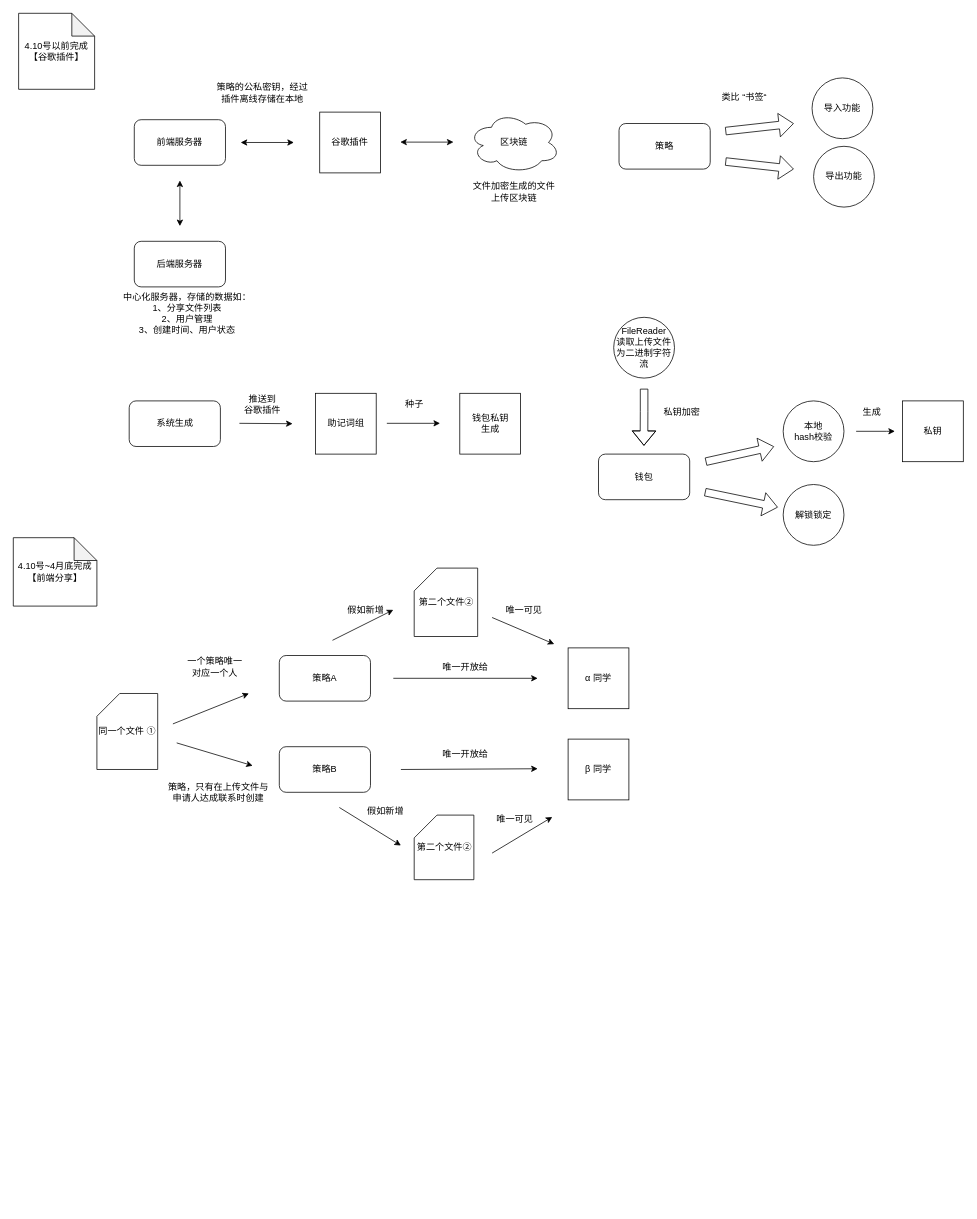
This is Untitled Diagram.drawio from cysprout/cysprout2022-no01, a draw.io file, before an edit. Source tidied: cells renumbered, new cells numbered last; positions are measured from the earlier drawing's top-left corner, leaving out a move shared by most shapes. Both pictures are drawn from the tidied source at 76%, with x=0, y=0 at pixel (13, 13).
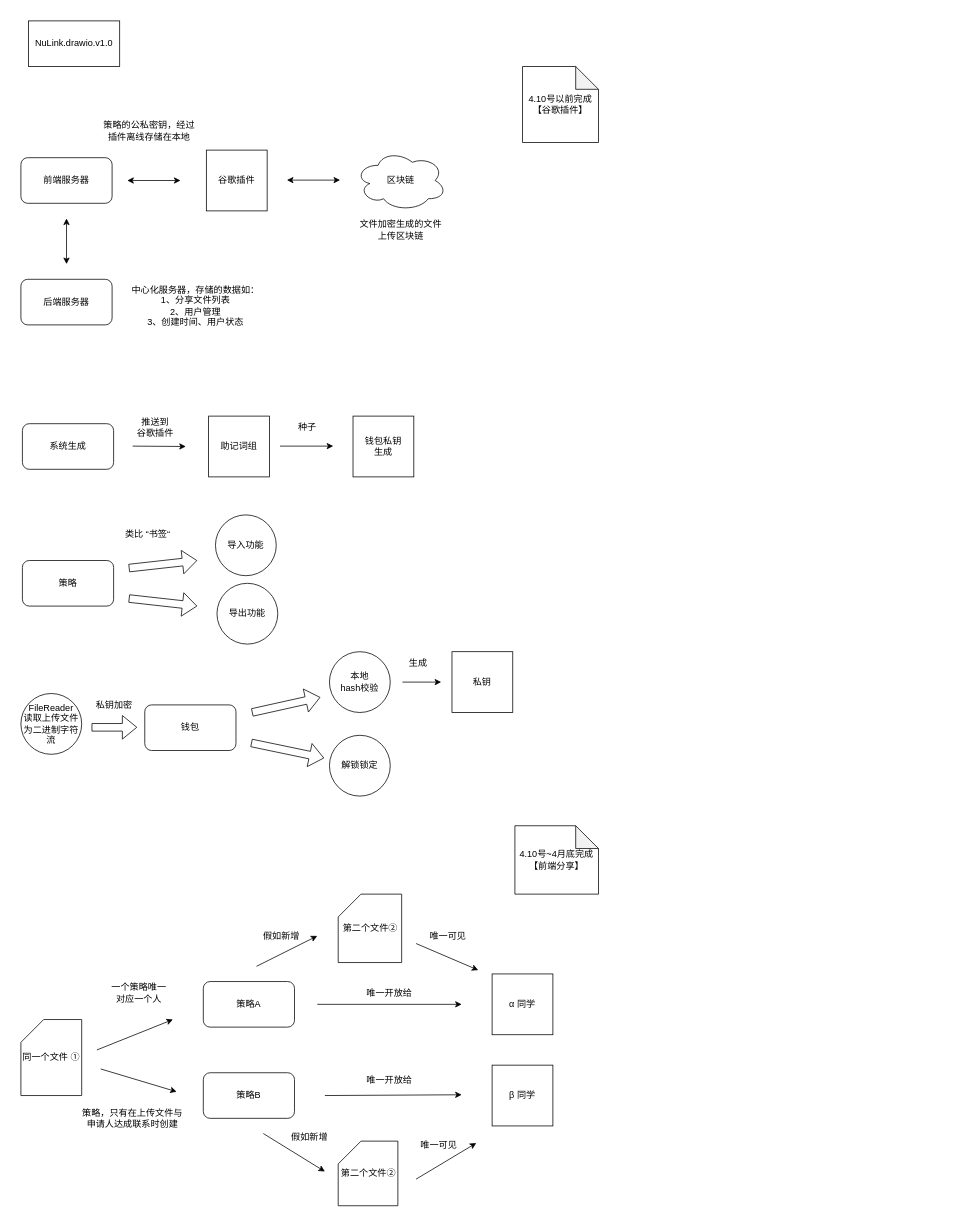
Above is the later version.

What changed in the source:
```diff
@@
     <mxCell id="2" value="前端服务器" style="rounded=1;whiteSpace=wrap;html=1;" parent="1" vertex="1">
-      <mxGeometry x="159.2" y="140" width="120" height="60" as="geometry" />
+      <mxGeometry x="10" y="190" width="120" height="60" as="geometry" />
     </mxCell>
     <mxCell id="3" value="后端服务器" style="rounded=1;whiteSpace=wrap;html=1;" parent="1" vertex="1">
-      <mxGeometry x="159.2" y="300" width="120" height="60" as="geometry" />
+      <mxGeometry x="10" y="350" width="120" height="60" as="geometry" />
     </mxCell>
     <mxCell id="4" value="谷歌插件" style="whiteSpace=wrap;html=1;" parent="1" vertex="1">
-      <mxGeometry x="403.2" y="130" width="80" height="80" as="geometry" />
+      <mxGeometry x="254" y="180" width="80" height="80" as="geometry" />
     </mxCell>
     <mxCell id="5" value="区块链" style="ellipse;shape=cloud;whiteSpace=wrap;html=1;" parent="1" vertex="1">
-      <mxGeometry x="599.2" y="130" width="120" height="80" as="geometry" />
+      <mxGeometry x="450" y="180" width="120" height="80" as="geometry" />
     </mxCell>
     <mxCell id="6" style="endArrow=classic;startArrow=classic;html=1;rounded=0;" parent="1" edge="1">
       <mxGeometry relative="1" as="geometry">
-        <mxPoint x="509.2" y="169.5" as="sourcePoint" />
-        <mxPoint x="579.2" y="169.5" as="targetPoint" />
+        <mxPoint x="360" y="219.5" as="sourcePoint" />
+        <mxPoint x="430" y="219.5" as="targetPoint" />
       </mxGeometry>
     </mxCell>
     <mxCell id="7" style="endArrow=classic;startArrow=classic;html=1;rounded=0;" parent="1" edge="1">
       <mxGeometry relative="1" as="geometry">
-        <mxPoint x="299.2" y="170" as="sourcePoint" />
-        <mxPoint x="369.2" y="170" as="targetPoint" />
+        <mxPoint x="150" y="220" as="sourcePoint" />
+        <mxPoint x="220" y="220" as="targetPoint" />
       </mxGeometry>
     </mxCell>
     <mxCell id="8" style="endArrow=classic;startArrow=classic;html=1;rounded=0;" parent="1" edge="1">
       <mxGeometry relative="1" as="geometry">
-        <mxPoint x="219.2" y="280" as="sourcePoint" />
-        <mxPoint x="219.2" y="220" as="targetPoint" />
+        <mxPoint x="70" y="330" as="sourcePoint" />
+        <mxPoint x="70" y="270" as="targetPoint" />
       </mxGeometry>
     </mxCell>
     <mxCell id="9" value="中心化服务器，存储的数据如：&lt;br&gt;1、分享文件列表&lt;br&gt;2、用户管理&lt;br&gt;3、创建时间、用户状态" style="text;html=1;strokeColor=none;fillColor=none;align=center;verticalAlign=middle;whiteSpace=wrap;rounded=0;" parent="1" vertex="1">
-      <mxGeometry x="129.2" y="350" width="200" height="90" as="geometry" />
+      <mxGeometry x="140" y="340" width="200" height="90" as="geometry" />
     </mxCell>
     <mxCell id="10" value="文件加密生成的文件上传区块链" style="text;html=1;strokeColor=none;fillColor=none;align=center;verticalAlign=middle;whiteSpace=wrap;rounded=0;" parent="1" vertex="1">
-      <mxGeometry x="604.2" y="220" width="110" height="30" as="geometry" />
+      <mxGeometry x="455" y="270" width="110" height="30" as="geometry" />
     </mxCell>
     <mxCell id="11" value="4.10号以前完成&lt;br&gt;【谷歌插件】" style="shape=note;whiteSpace=wrap;html=1;backgroundOutline=1;darkOpacity=0.05;" parent="1" vertex="1">
-      <mxGeometry x="7" width="100" height="100" as="geometry" />
+      <mxGeometry x="670" y="70" width="100" height="100" as="geometry" />
     </mxCell>
     <mxCell id="12" value="助记词组" style="whiteSpace=wrap;html=1;" parent="1" vertex="1">
-      <mxGeometry x="397.5" y="500" width="80" height="80" as="geometry" />
+      <mxGeometry x="257" y="530" width="80" height="80" as="geometry" />
     </mxCell>
     <mxCell id="13" value="钱包私钥&lt;br&gt;生成" style="whiteSpace=wrap;html=1;" parent="1" vertex="1">
-      <mxGeometry x="587.5" y="500" width="80" height="80" as="geometry" />
+      <mxGeometry x="447" y="530" width="80" height="80" as="geometry" />
     </mxCell>
     <mxCell id="14" style="endArrow=classic;html=1;rounded=0;" parent="1" edge="1">
       <mxGeometry relative="1" as="geometry">
-        <mxPoint x="297.5" y="539.5" as="sourcePoint" />
-        <mxPoint x="367.5" y="540" as="targetPoint" />
+        <mxPoint x="157" y="569.5" as="sourcePoint" />
+        <mxPoint x="227" y="570" as="targetPoint" />
       </mxGeometry>
     </mxCell>
     <mxCell id="15" style="endArrow=classic;html=1;rounded=0;" parent="1" edge="1">
       <mxGeometry relative="1" as="geometry">
-        <mxPoint x="491.5" y="539.5" as="sourcePoint" />
-        <mxPoint x="561.5" y="539.5" as="targetPoint" />
+        <mxPoint x="351" y="569.5" as="sourcePoint" />
+        <mxPoint x="421" y="569.5" as="targetPoint" />
       </mxGeometry>
     </mxCell>
     <mxCell id="16" value="种子" style="text;html=1;strokeColor=none;fillColor=none;align=center;verticalAlign=middle;whiteSpace=wrap;rounded=0;" parent="1" vertex="1">
-      <mxGeometry x="497.5" y="500" width="60" height="30" as="geometry" />
+      <mxGeometry x="357" y="530" width="60" height="30" as="geometry" />
     </mxCell>
     <mxCell id="17" value="推送到&lt;br&gt;谷歌插件" style="text;html=1;strokeColor=none;fillColor=none;align=center;verticalAlign=middle;whiteSpace=wrap;rounded=0;" parent="1" vertex="1">
-      <mxGeometry x="297.5" y="500" width="60" height="30" as="geometry" />
+      <mxGeometry x="157" y="530" width="60" height="30" as="geometry" />
     </mxCell>
     <mxCell id="18" value="策略的公私密钥，经过插件离线存储在本地" style="text;html=1;strokeColor=none;fillColor=none;align=center;verticalAlign=middle;whiteSpace=wrap;rounded=0;" parent="1" vertex="1">
-      <mxGeometry x="266.2" y="80" width="124" height="50" as="geometry" />
+      <mxGeometry x="117" y="130" width="124" height="50" as="geometry" />
     </mxCell>
     <mxCell id="19" value="策略" style="rounded=1;whiteSpace=wrap;html=1;" parent="1" vertex="1">
-      <mxGeometry x="797" y="145" width="120" height="60" as="geometry" />
+      <mxGeometry x="12" y="720" width="120" height="60" as="geometry" />
     </mxCell>
     <mxCell id="20" style="shape=flexArrow;endArrow=classic;html=1;rounded=0;" parent="1" edge="1">
       <mxGeometry relative="1" as="geometry">
-        <mxPoint x="937" y="155" as="sourcePoint" />
-        <mxPoint x="1027" y="145" as="targetPoint" />
+        <mxPoint x="152" y="730" as="sourcePoint" />
+        <mxPoint x="242" y="720" as="targetPoint" />
       </mxGeometry>
     </mxCell>
     <mxCell id="21" value="导入功能" style="ellipse;whiteSpace=wrap;html=1;" parent="1" vertex="1">
-      <mxGeometry x="1051" y="85" width="80" height="80" as="geometry" />
+      <mxGeometry x="266" y="660" width="80" height="80" as="geometry" />
     </mxCell>
     <mxCell id="22" value="导出功能" style="ellipse;whiteSpace=wrap;html=1;" parent="1" vertex="1">
-      <mxGeometry x="1053" y="175" width="80" height="80" as="geometry" />
+      <mxGeometry x="268" y="750" width="80" height="80" as="geometry" />
     </mxCell>
     <mxCell id="23" style="shape=flexArrow;endArrow=classic;html=1;rounded=0;" parent="1" edge="1">
       <mxGeometry relative="1" as="geometry">
-        <mxPoint x="937" y="195" as="sourcePoint" />
-        <mxPoint x="1027" y="205" as="targetPoint" />
+        <mxPoint x="152" y="770" as="sourcePoint" />
+        <mxPoint x="242" y="780" as="targetPoint" />
       </mxGeometry>
     </mxCell>
     <mxCell id="24" value="钱包" style="rounded=1;whiteSpace=wrap;html=1;" parent="1" vertex="1">
-      <mxGeometry x="770" y="580" width="120" height="60" as="geometry" />
+      <mxGeometry x="173" y="910" width="120" height="60" as="geometry" />
     </mxCell>
     <mxCell id="25" style="shape=flexArrow;endArrow=classic;html=1;rounded=0;" parent="1" edge="1">
       <mxGeometry relative="1" as="geometry">
-        <mxPoint x="911" y="590" as="sourcePoint" />
-        <mxPoint x="1001" y="570" as="targetPoint" />
+        <mxPoint x="314" y="920" as="sourcePoint" />
+        <mxPoint x="404" y="900" as="targetPoint" />
       </mxGeometry>
     </mxCell>
     <mxCell id="26" value="解锁锁定" style="ellipse;whiteSpace=wrap;html=1;" parent="1" vertex="1">
-      <mxGeometry x="1013" y="620" width="80" height="80" as="geometry" />
+      <mxGeometry x="416" y="950" width="80" height="80" as="geometry" />
     </mxCell>
     <mxCell id="27" style="shape=flexArrow;endArrow=classic;html=1;rounded=0;" parent="1" edge="1">
       <mxGeometry relative="1" as="geometry">
-        <mxPoint x="910" y="630" as="sourcePoint" />
-        <mxPoint x="1006" y="650" as="targetPoint" />
+        <mxPoint x="313" y="960" as="sourcePoint" />
+        <mxPoint x="409" y="980" as="targetPoint" />
       </mxGeometry>
     </mxCell>
     <mxCell id="28" value="本地&lt;br&gt;hash校验" style="ellipse;whiteSpace=wrap;html=1;" parent="1" vertex="1">
-      <mxGeometry x="1013" y="510" width="80" height="80" as="geometry" />
+      <mxGeometry x="416" y="840" width="80" height="80" as="geometry" />
     </mxCell>
     <mxCell id="29" value="私钥" style="whiteSpace=wrap;html=1;" parent="1" vertex="1">
-      <mxGeometry x="1170" y="510" width="80" height="80" as="geometry" />
+      <mxGeometry x="577.2" y="840" width="80" height="80" as="geometry" />
     </mxCell>
     <mxCell id="30" style="endArrow=classic;html=1;rounded=0;" parent="1" edge="1">
       <mxGeometry relative="1" as="geometry">
-        <mxPoint x="1109" y="550" as="sourcePoint" />
-        <mxPoint x="1160" y="550" as="targetPoint" />
+        <mxPoint x="512" y="880" as="sourcePoint" />
+        <mxPoint x="563" y="880" as="targetPoint" />
         <Array as="points">
-          <mxPoint x="1149" y="550" />
+          <mxPoint x="552" y="880" />
         </Array>
       </mxGeometry>
     </mxCell>
     <mxCell id="31" value="生成" style="text;html=1;strokeColor=none;fillColor=none;align=center;verticalAlign=middle;whiteSpace=wrap;rounded=0;" parent="1" vertex="1">
-      <mxGeometry x="1100" y="510" width="60" height="30" as="geometry" />
+      <mxGeometry x="503" y="840" width="60" height="30" as="geometry" />
     </mxCell>
     <mxCell id="32" value="类比 “书签“" style="text;html=1;strokeColor=none;fillColor=none;align=center;verticalAlign=middle;whiteSpace=wrap;rounded=0;" parent="1" vertex="1">
-      <mxGeometry x="927" y="95" width="70" height="30" as="geometry" />
+      <mxGeometry x="142" y="670" width="70" height="30" as="geometry" />
     </mxCell>
     <mxCell id="33" value="系统生成" style="rounded=1;whiteSpace=wrap;html=1;" parent="1" vertex="1">
-      <mxGeometry x="152.5" y="510" width="120" height="60" as="geometry" />
+      <mxGeometry x="12" y="540" width="120" height="60" as="geometry" />
     </mxCell>
     <mxCell id="34" value="策略A" style="rounded=1;whiteSpace=wrap;html=1;" parent="1" vertex="1">
-      <mxGeometry x="350" y="845" width="120" height="60" as="geometry" />
+      <mxGeometry x="250" y="1274" width="120" height="60" as="geometry" />
     </mxCell>
     <mxCell id="35" value="4.10号~4月底完成&lt;br&gt;【前端分享】" style="shape=note;whiteSpace=wrap;html=1;backgroundOutline=1;darkOpacity=0.05;" parent="1" vertex="1">
-      <mxGeometry y="690" width="110" height="90" as="geometry" />
+      <mxGeometry x="660" y="1069" width="110" height="90" as="geometry" />
     </mxCell>
     <mxCell id="36" value="策略B" style="rounded=1;whiteSpace=wrap;html=1;" parent="1" vertex="1">
-      <mxGeometry x="350" y="965" width="120" height="60" as="geometry" />
+      <mxGeometry x="250" y="1394" width="120" height="60" as="geometry" />
     </mxCell>
     <mxCell id="37" value="同一个文件 ①" style="shape=card;whiteSpace=wrap;html=1;" parent="1" vertex="1">
-      <mxGeometry x="110" y="895" width="80" height="100" as="geometry" />
+      <mxGeometry x="10" y="1324" width="80" height="100" as="geometry" />
     </mxCell>
     <mxCell id="38" style="endArrow=classic;html=1;rounded=0;" parent="1" edge="1">
       <mxGeometry relative="1" as="geometry">
-        <mxPoint x="210" y="935" as="sourcePoint" />
-        <mxPoint x="310" y="895" as="targetPoint" />
+        <mxPoint x="110" y="1364" as="sourcePoint" />
+        <mxPoint x="210" y="1324" as="targetPoint" />
       </mxGeometry>
     </mxCell>
     <mxCell id="39" style="endArrow=classic;html=1;rounded=0;" parent="1" edge="1">
       <mxGeometry relative="1" as="geometry">
-        <mxPoint x="215" y="960" as="sourcePoint" />
-        <mxPoint x="315" y="990" as="targetPoint" />
+        <mxPoint x="115" y="1389" as="sourcePoint" />
+        <mxPoint x="215" y="1419" as="targetPoint" />
       </mxGeometry>
     </mxCell>
     <mxCell id="40" style="endArrow=classic;html=1;rounded=0;" parent="1" edge="1">
       <mxGeometry relative="1" as="geometry">
-        <mxPoint x="500" y="875" as="sourcePoint" />
-        <mxPoint x="690" y="875" as="targetPoint" />
+        <mxPoint x="400" y="1304" as="sourcePoint" />
+        <mxPoint x="590" y="1304" as="targetPoint" />
       </mxGeometry>
     </mxCell>
     <mxCell id="41" style="endArrow=classic;html=1;rounded=0;" parent="1" edge="1">
       <mxGeometry relative="1" as="geometry">
-        <mxPoint x="510" y="995" as="sourcePoint" />
-        <mxPoint x="690" y="994" as="targetPoint" />
+        <mxPoint x="410" y="1424" as="sourcePoint" />
+        <mxPoint x="590" y="1423" as="targetPoint" />
       </mxGeometry>
     </mxCell>
     <mxCell id="42" value="α 同学" style="whiteSpace=wrap;html=1;" parent="1" vertex="1">
-      <mxGeometry x="730" y="835" width="80" height="80" as="geometry" />
+      <mxGeometry x="630" y="1264" width="80" height="80" as="geometry" />
     </mxCell>
     <mxCell id="43" value="β 同学" style="whiteSpace=wrap;html=1;" parent="1" vertex="1">
-      <mxGeometry x="730" y="955" width="80" height="80" as="geometry" />
+      <mxGeometry x="630" y="1384" width="80" height="80" as="geometry" />
     </mxCell>
     <mxCell id="44" value="第二个文件②" style="shape=card;whiteSpace=wrap;html=1;" parent="1" vertex="1">
-      <mxGeometry x="527.5" y="730" width="83.5" height="90" as="geometry" />
+      <mxGeometry x="427.5" y="1159" width="83.5" height="90" as="geometry" />
     </mxCell>
     <mxCell id="45" value="第二个文件②" style="shape=card;whiteSpace=wrap;html=1;" parent="1" vertex="1">
-      <mxGeometry x="527.5" y="1055" width="78.5" height="85" as="geometry" />
+      <mxGeometry x="427.5" y="1484" width="78.5" height="85" as="geometry" />
     </mxCell>
     <mxCell id="46" style="endArrow=classic;html=1;rounded=0;" parent="1" edge="1">
       <mxGeometry relative="1" as="geometry">
-        <mxPoint x="420" y="825" as="sourcePoint" />
-        <mxPoint x="500" y="785" as="targetPoint" />
+        <mxPoint x="320" y="1254" as="sourcePoint" />
+        <mxPoint x="400" y="1214" as="targetPoint" />
       </mxGeometry>
     </mxCell>
     <mxCell id="47" value="唯一开放给" style="text;html=1;strokeColor=none;fillColor=none;align=center;verticalAlign=middle;whiteSpace=wrap;rounded=0;" parent="1" vertex="1">
-      <mxGeometry x="550" y="845" width="90" height="30" as="geometry" />
+      <mxGeometry x="450" y="1274" width="90" height="30" as="geometry" />
     </mxCell>
     <mxCell id="48" value="唯一开放给" style="text;html=1;strokeColor=none;fillColor=none;align=center;verticalAlign=middle;whiteSpace=wrap;rounded=0;" parent="1" vertex="1">
-      <mxGeometry x="550" y="960" width="90" height="30" as="geometry" />
+      <mxGeometry x="450" y="1389" width="90" height="30" as="geometry" />
     </mxCell>
     <mxCell id="49" style="endArrow=classic;html=1;rounded=0;" parent="1" edge="1">
       <mxGeometry relative="1" as="geometry">
-        <mxPoint x="429" y="1045" as="sourcePoint" />
-        <mxPoint x="510" y="1095" as="targetPoint" />
+        <mxPoint x="329" y="1474" as="sourcePoint" />
+        <mxPoint x="410" y="1524" as="targetPoint" />
       </mxGeometry>
     </mxCell>
     <mxCell id="50" value="假如新增" style="text;html=1;strokeColor=none;fillColor=none;align=center;verticalAlign=middle;whiteSpace=wrap;rounded=0;" parent="1" vertex="1">
-      <mxGeometry x="434" y="770" width="60" height="30" as="geometry" />
+      <mxGeometry x="323.2" y="1199" width="60" height="30" as="geometry" />
     </mxCell>
     <mxCell id="51" value="假如新增" style="text;html=1;strokeColor=none;fillColor=none;align=center;verticalAlign=middle;whiteSpace=wrap;rounded=0;" parent="1" vertex="1">
-      <mxGeometry x="460" y="1035" width="60" height="30" as="geometry" />
+      <mxGeometry x="360" y="1464" width="60" height="30" as="geometry" />
     </mxCell>
     <mxCell id="52" style="endArrow=classic;html=1;rounded=0;" parent="1" edge="1">
       <mxGeometry relative="1" as="geometry">
-        <mxPoint x="630" y="795" as="sourcePoint" />
-        <mxPoint x="711.8" y="830" as="targetPoint" />
+        <mxPoint x="530" y="1224" as="sourcePoint" />
+        <mxPoint x="611.8" y="1259" as="targetPoint" />
       </mxGeometry>
     </mxCell>
     <mxCell id="53" value="唯一可见" style="text;html=1;strokeColor=none;fillColor=none;align=center;verticalAlign=middle;whiteSpace=wrap;rounded=0;" parent="1" vertex="1">
-      <mxGeometry x="641.8" y="770" width="60" height="30" as="geometry" />
+      <mxGeometry x="541.8" y="1199" width="60" height="30" as="geometry" />
     </mxCell>
     <mxCell id="54" style="endArrow=classic;html=1;rounded=0;" parent="1" edge="1">
       <mxGeometry relative="1" as="geometry">
-        <mxPoint x="630" y="1105" as="sourcePoint" />
-        <mxPoint x="709.2" y="1057.5" as="targetPoint" />
+        <mxPoint x="530" y="1534" as="sourcePoint" />
+        <mxPoint x="609.2" y="1486.5" as="targetPoint" />
       </mxGeometry>
     </mxCell>
     <mxCell id="55" value="唯一可见" style="text;html=1;strokeColor=none;fillColor=none;align=center;verticalAlign=middle;whiteSpace=wrap;rounded=0;" parent="1" vertex="1">
-      <mxGeometry x="630" y="1045" width="60" height="30" as="geometry" />
+      <mxGeometry x="530" y="1474" width="60" height="30" as="geometry" />
     </mxCell>
@@
     <mxCell id="57" value="一个策略唯一&lt;br&gt;对应一个人" style="text;html=1;strokeColor=none;fillColor=none;align=center;verticalAlign=middle;whiteSpace=wrap;rounded=0;" parent="1" vertex="1">
-      <mxGeometry x="202.5" y="845" width="125" height="30" as="geometry" />
+      <mxGeometry x="102.5" y="1274" width="125" height="30" as="geometry" />
     </mxCell>
     <mxCell id="58" value="策略，只有在上传文件与申请人达成联系时创建" style="text;html=1;strokeColor=none;fillColor=none;align=center;verticalAlign=middle;whiteSpace=wrap;rounded=0;" parent="1" vertex="1">
-      <mxGeometry x="198.5" y="995" width="141.5" height="60" as="geometry" />
+      <mxGeometry x="86" y="1424" width="141.5" height="60" as="geometry" />
     </mxCell>
     <mxCell id="59" value="FileReader&lt;br&gt;读取上传文件为二进制字符流" style="ellipse;whiteSpace=wrap;html=1;" parent="1" vertex="1">
-      <mxGeometry x="790" y="400" width="80" height="80" as="geometry" />
+      <mxGeometry x="10" y="895" width="80" height="80" as="geometry" />
     </mxCell>
-    <mxCell id="60" style="shape=flexArrow;endArrow=classic;html=1;rounded=0;" parent="1" edge="1">
-      <mxGeometry relative="1" as="geometry">
-        <mxPoint x="830" y="494" as="sourcePoint" />
-        <mxPoint x="829.8" y="569" as="targetPoint" />
-        <Array as="points">
-          <mxPoint x="830" y="524" />
-        </Array>
-      </mxGeometry>
-    </mxCell>
     <mxCell id="61" value="私钥加密" style="text;html=1;strokeColor=none;fillColor=none;align=center;verticalAlign=middle;whiteSpace=wrap;rounded=0;" parent="1" vertex="1">
-      <mxGeometry x="850" y="510" width="60" height="30" as="geometry" />
+      <mxGeometry x="103" y="895" width="60" height="30" as="geometry" />
     </mxCell>
+    <mxCell id="62" style="shape=flexArrow;endArrow=classic;html=1;rounded=0;" parent="1" edge="1">
+      <mxGeometry relative="1" as="geometry">
+        <mxPoint x="103" y="939.5" as="sourcePoint" />
+        <mxPoint x="163" y="939.5" as="targetPoint" />
+      </mxGeometry>
+    </mxCell>
+    <mxCell id="63" value="NuLink.drawio.v1.0" style="rounded=0;whiteSpace=wrap;html=1;" parent="1" vertex="1">
+      <mxGeometry x="20" y="10" width="120" height="60" as="geometry" />
+    </mxCell>
```
